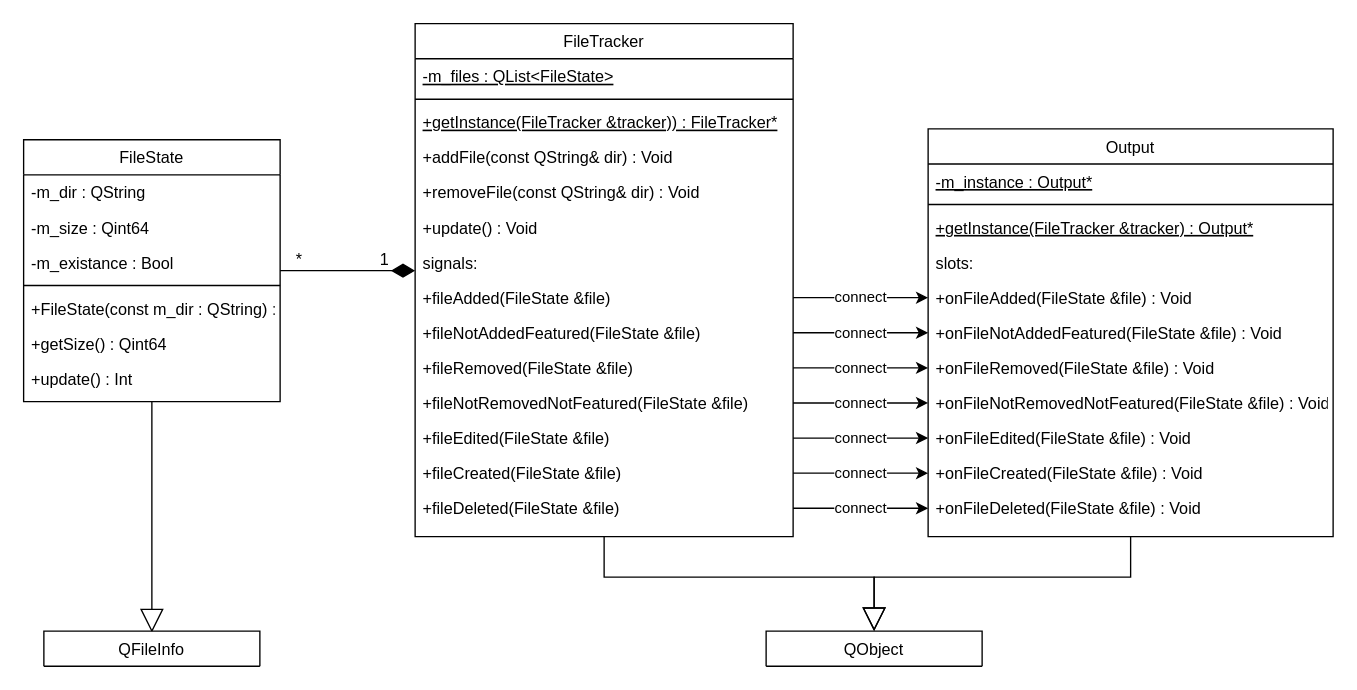
lekksha/FileTracker keeps this draw.io diagram as lab1.drawio. Above is the earlier version. Source tidied: cells renumbered, new cells numbered last; positions are measured from the earlier drawing's top-left corner, leaving out a move shared by most shapes. Both pictures are drawn from the tidied source at 135%, with x=0, y=0 at pixel (23, 23).
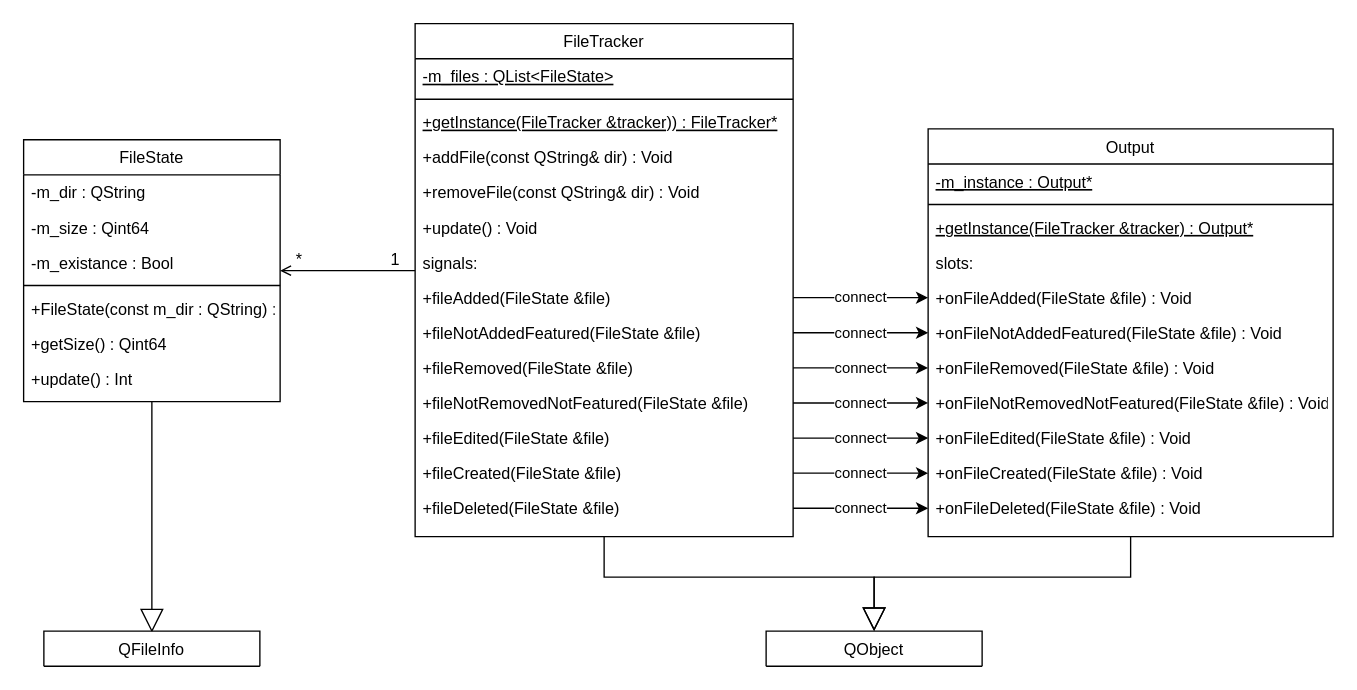
Above is the later version.

Commit message (it also covers changes not shown here):
change Compositiont to Association

The change refers to these unchanged cells:
```xml
<mxCell id="3" value="FileState" style="swimlane;fontStyle=0;align=center;verticalAlign=top;horizontal=1;startSize=26;rounded=0;shadow=0;strokeWidth=1;" parent="1" vertex="1">
  <mxGeometry y="86" width="190" height="194" as="geometry" />
</mxCell>
<mxCell id="12" value="FileTracker" style="swimlane;fontStyle=0;align=center;verticalAlign=top;horizontal=1;startSize=26;rounded=0;shadow=0;strokeWidth=1;" parent="1" vertex="1">
  <mxGeometry x="290" width="280" height="380" as="geometry" />
</mxCell>
```

Change to the diagram source:
```diff
@@
-    <mxCell id="27" style="endArrow=diamondThin;shadow=0;strokeWidth=1;rounded=0;curved=0;endFill=1;edgeStyle=elbowEdgeStyle;elbow=vertical;endSize=15;" parent="1" edge="1" source="3" target="12">
+    <mxCell id="27" style="endArrow=none;shadow=0;strokeWidth=1;rounded=0;curved=0;endFill=0;edgeStyle=elbowEdgeStyle;elbow=vertical;endSize=15;startArrow=open;startFill=0;" parent="1" edge="1" source="3" target="12">
       <mxGeometry x="0.5" y="41" relative="1" as="geometry">
         <mxPoint x="-40" y="32" as="offset" />
       </mxGeometry>
     </mxCell>
@@
     <mxCell id="29" value="1" style="align=right;verticalAlign=bottom;labelBackgroundColor=none;fontSize=12;" parent="27" vertex="1">
       <mxGeometry x="1" relative="1" as="geometry">
-        <mxPoint x="-18" as="offset" />
+        <mxPoint x="-10" as="offset" />
       </mxGeometry>
     </mxCell>
```
